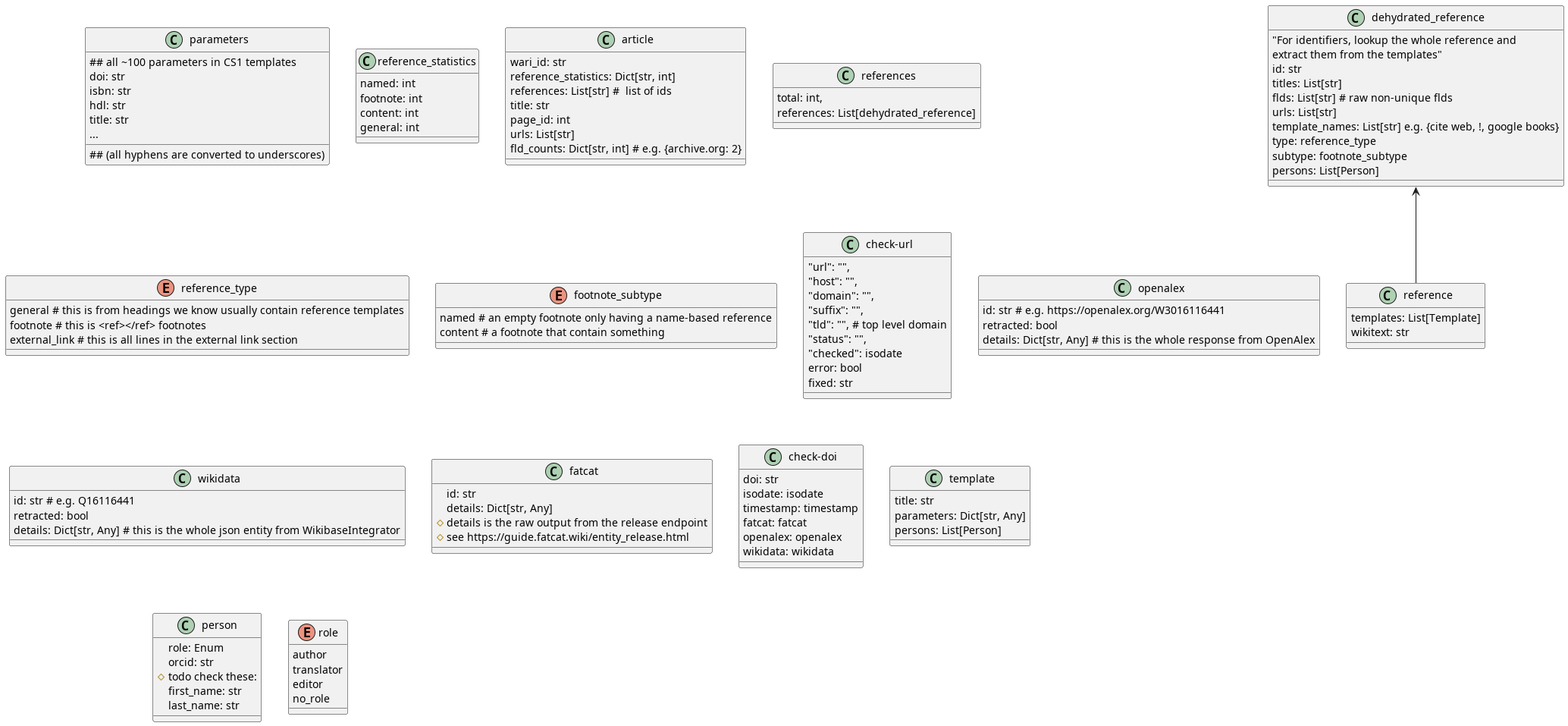
Above: diagrams/wari/classes.png in internetarchive/iari (PlantUML), before the change.
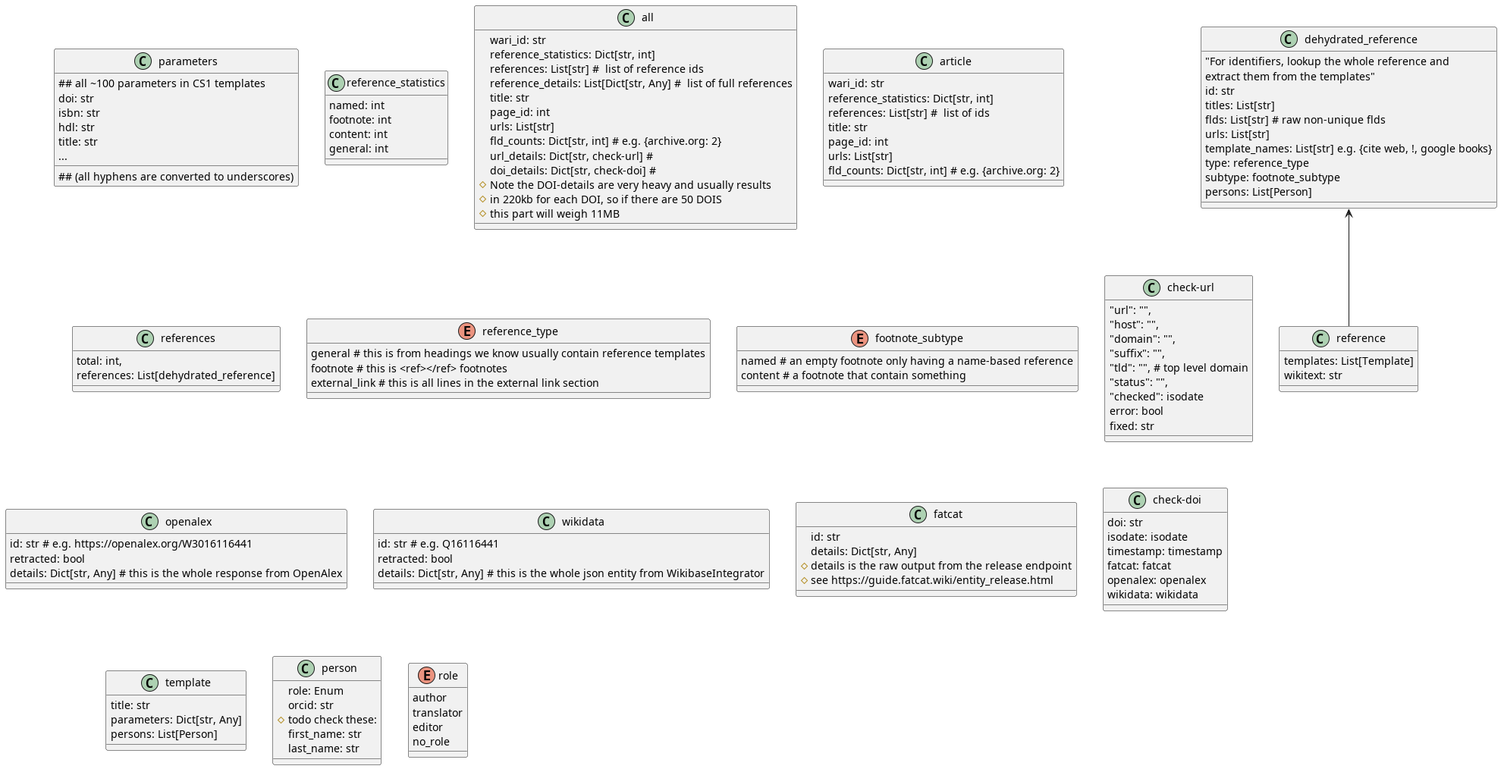
Above is the later version.

Commit message:
feat: Add new all endpoint that gathers all the details asynchroneously from the other endpoints into one big json object

What changed in the source:
```diff
@@ -14,6 +14,21 @@
 footnote: int
 content: int
 general: int
+}
+class all{
+wari_id: str
+reference_statistics: Dict[str, int]
+references: List[str] #  list of reference ids
+reference_details: List[Dict[str, Any] #  list of full references
+title: str
+page_id: int
+urls: List[str]
+fld_counts: Dict[str, int] # e.g. {archive.org: 2}
+url_details: Dict[str, check-url] #
+doi_details: Dict[str, check-doi] #
+# Note the DOI-details are very heavy and usually results
+# in 220kb for each DOI, so if there are 50 DOIS
+# this part will weigh 11MB
 }
 class article{
 wari_id: str
```
